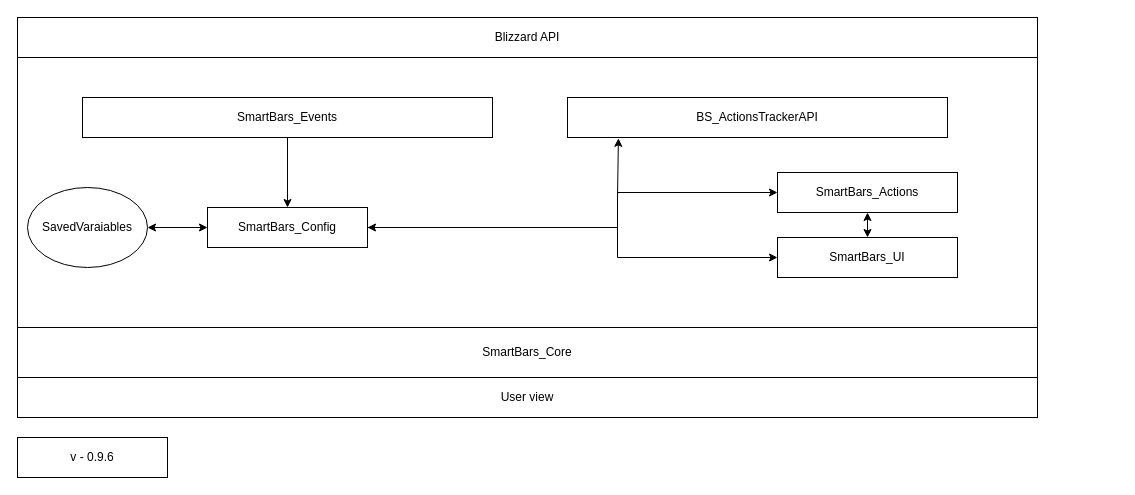
This is Diagrams/SmartBars_flow.drawio from Beginnerstudios/Smartbars, a draw.io file, before an edit. Source tidied: cells renumbered, new cells numbered last; positions are measured from the earlier drawing's top-left corner, leaving out a move shared by most shapes. Both pictures are drawn from the tidied source at 100%, with x=0, y=0 at pixel (17, 17).
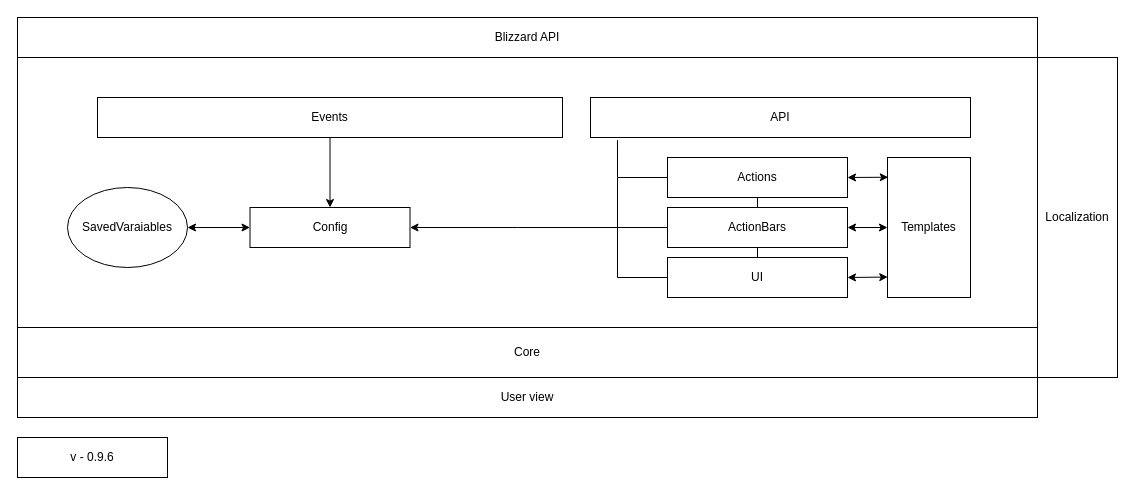
The same page after the edit.

What changed in the source:
```diff
@@
-    <mxCell id="4" value="BS_ActionsTrackerAPI" style="rounded=0;whiteSpace=wrap;html=1;" parent="1" vertex="1">
-      <mxGeometry x="550" y="80" width="380" height="40" as="geometry" />
+    <mxCell id="4" value="API" style="rounded=0;whiteSpace=wrap;html=1;" parent="1" vertex="1">
+      <mxGeometry x="573" y="80" width="380" height="40" as="geometry" />
     </mxCell>
-    <mxCell id="5" style="edgeStyle=orthogonalEdgeStyle;rounded=0;jettySize=auto;html=1;entryX=1;entryY=0.5;entryDx=0;entryDy=0;startArrow=classic;startFill=1;endArrow=none;endFill=0;" parent="1" edge="1" source="7" target="10">
-      <mxGeometry relative="1" as="geometry">
-        <Array as="points">
-          <mxPoint x="600" y="175" />
-          <mxPoint x="600" y="210" />
-        </Array>
-      </mxGeometry>
-    </mxCell>
-    <mxCell id="6" style="edgeStyle=none;html=1;entryX=0.5;entryY=0;entryDx=0;entryDy=0;startArrow=classic;startFill=1;" parent="1" edge="1" source="7" target="9">
-      <mxGeometry relative="1" as="geometry" />
-    </mxCell>
-    <mxCell id="7" value="SmartBars_Actions" style="rounded=0;whiteSpace=wrap;html=1;" parent="1" vertex="1">
-      <mxGeometry x="760" y="155" width="180" height="40" as="geometry" />
+    <mxCell id="7" value="Actions" style="rounded=0;whiteSpace=wrap;html=1;" parent="1" vertex="1">
+      <mxGeometry x="650" y="140" width="180" height="40" as="geometry" />
     </mxCell>
-    <mxCell id="8" style="edgeStyle=orthogonalEdgeStyle;rounded=0;jettySize=auto;html=1;entryX=1;entryY=0.5;entryDx=0;entryDy=0;startArrow=classic;startFill=1;endArrow=classic;endFill=1;" parent="1" edge="1" source="9" target="10">
-      <mxGeometry relative="1" as="geometry">
-        <Array as="points">
-          <mxPoint x="600" y="240" />
-          <mxPoint x="600" y="210" />
-        </Array>
-      </mxGeometry>
-    </mxCell>
-    <mxCell id="9" value="SmartBars_UI" style="rounded=0;whiteSpace=wrap;html=1;" parent="1" vertex="1">
-      <mxGeometry x="760" y="220" width="180" height="40" as="geometry" />
+    <mxCell id="9" value="UI" style="rounded=0;whiteSpace=wrap;html=1;" parent="1" vertex="1">
+      <mxGeometry x="650" y="240" width="180" height="40" as="geometry" />
     </mxCell>
-    <mxCell id="10" value="SmartBars_Config" style="rounded=0;whiteSpace=wrap;html=1;" parent="1" vertex="1">
-      <mxGeometry x="190" y="190" width="160" height="40" as="geometry" />
+    <mxCell id="10" value="Config" style="rounded=0;whiteSpace=wrap;html=1;" parent="1" vertex="1">
+      <mxGeometry x="232.5" y="190" width="160" height="40" as="geometry" />
     </mxCell>
@@
-    <mxCell id="12" value="&lt;div&gt;SmartBars_Events&lt;/div&gt;" style="rounded=0;whiteSpace=wrap;html=1;" parent="1" vertex="1">
-      <mxGeometry x="65" y="80" width="410" height="40" as="geometry" />
+    <mxCell id="12" value="&lt;div&gt;Events&lt;/div&gt;" style="rounded=0;whiteSpace=wrap;html=1;" parent="1" vertex="1">
+      <mxGeometry x="80" y="80" width="465" height="40" as="geometry" />
     </mxCell>
@@
     <mxCell id="14" value="SavedVaraiables" style="ellipse;whiteSpace=wrap;html=1;" parent="1" vertex="1">
-      <mxGeometry x="10" y="170" width="120" height="80" as="geometry" />
+      <mxGeometry x="50" y="170" width="120" height="80" as="geometry" />
     </mxCell>
-    <mxCell id="15" value="SmartBars_Core" style="rounded=0;whiteSpace=wrap;html=1;" parent="1" vertex="1">
+    <mxCell id="15" value="Core" style="rounded=0;whiteSpace=wrap;html=1;" parent="1" vertex="1">
       <mxGeometry y="310" width="1020" height="50" as="geometry" />
     </mxCell>
@@
-    <mxCell id="17" style="endArrow=classic;html=1;entryX=0.134;entryY=1.021;entryDx=0;entryDy=0;entryPerimeter=0;startArrow=none;startFill=0;endFill=1;" parent="1" edge="1" target="4">
-      <mxGeometry relative="1" as="geometry">
-        <mxPoint x="600" y="180" as="sourcePoint" />
-      </mxGeometry>
-    </mxCell>
@@
+    <mxCell id="19" value="ActionBars" style="rounded=0;whiteSpace=wrap;html=1;" parent="1" vertex="1">
+      <mxGeometry x="650" y="190" width="180" height="40" as="geometry" />
+    </mxCell>
+    <mxCell id="20" value="Templates" style="rounded=0;whiteSpace=wrap;html=1;" parent="1" vertex="1">
+      <mxGeometry x="870" y="140" width="83" height="140" as="geometry" />
+    </mxCell>
+    <mxCell id="21" style="endArrow=classic;html=1;exitX=1;exitY=0.5;exitDx=0;exitDy=0;entryX=0.009;entryY=0.141;entryDx=0;entryDy=0;entryPerimeter=0;startArrow=classic;startFill=1;endFill=1;" parent="1" edge="1" source="7" target="20">
+      <mxGeometry relative="1" as="geometry" />
+    </mxCell>
+    <mxCell id="22" style="endArrow=classic;html=1;exitX=1;exitY=0.5;exitDx=0;exitDy=0;entryX=0;entryY=0.5;entryDx=0;entryDy=0;endFill=1;startArrow=classic;startFill=1;" parent="1" edge="1" source="19" target="20">
+      <mxGeometry relative="1" as="geometry" />
+    </mxCell>
+    <mxCell id="23" style="endArrow=classic;html=1;exitX=1;exitY=0.5;exitDx=0;exitDy=0;entryX=0.003;entryY=0.854;entryDx=0;entryDy=0;entryPerimeter=0;endFill=1;startArrow=classic;startFill=1;" parent="1" edge="1" source="9" target="20">
+      <mxGeometry relative="1" as="geometry" />
+    </mxCell>
+    <mxCell id="24" style="endArrow=none;html=1;exitX=1;exitY=0.5;exitDx=0;exitDy=0;startArrow=classic;startFill=1;" parent="1" edge="1" source="10">
+      <mxGeometry relative="1" as="geometry">
+        <mxPoint x="500" y="210" as="targetPoint" />
+      </mxGeometry>
+    </mxCell>
+    <mxCell id="25" style="endArrow=none;html=1;entryX=0;entryY=0.5;entryDx=0;entryDy=0;" parent="1" edge="1" target="9">
+      <mxGeometry relative="1" as="geometry">
+        <mxPoint x="600" y="260" as="sourcePoint" />
+      </mxGeometry>
+    </mxCell>
+    <mxCell id="26" style="endArrow=none;html=1;exitX=0;exitY=0.5;exitDx=0;exitDy=0;endFill=0;" parent="1" edge="1" source="19">
+      <mxGeometry relative="1" as="geometry">
+        <mxPoint x="500" y="210" as="targetPoint" />
+      </mxGeometry>
+    </mxCell>
+    <mxCell id="27" style="endArrow=none;html=1;" parent="1" edge="1">
+      <mxGeometry relative="1" as="geometry">
+        <mxPoint x="600" y="260" as="sourcePoint" />
+        <mxPoint x="600" y="210" as="targetPoint" />
+      </mxGeometry>
+    </mxCell>
+    <mxCell id="28" style="endArrow=none;html=1;entryX=0;entryY=0.5;entryDx=0;entryDy=0;" parent="1" edge="1" target="7">
+      <mxGeometry relative="1" as="geometry">
+        <mxPoint x="600" y="160" as="sourcePoint" />
+      </mxGeometry>
+    </mxCell>
+    <mxCell id="29" style="endArrow=none;html=1;" parent="1" edge="1">
+      <mxGeometry relative="1" as="geometry">
+        <mxPoint x="600" y="210" as="sourcePoint" />
+        <mxPoint x="600" y="160" as="targetPoint" />
+      </mxGeometry>
+    </mxCell>
+    <mxCell id="30" style="endArrow=none;html=1;exitX=0.071;exitY=1.067;exitDx=0;exitDy=0;exitPerimeter=0;" parent="1" edge="1" source="4">
+      <mxGeometry relative="1" as="geometry">
+        <mxPoint x="600" y="160" as="targetPoint" />
+      </mxGeometry>
+    </mxCell>
+    <mxCell id="31" style="endArrow=none;html=1;entryX=0.5;entryY=1;entryDx=0;entryDy=0;exitX=0.5;exitY=0;exitDx=0;exitDy=0;" parent="1" edge="1" source="19" target="7">
+      <mxGeometry relative="1" as="geometry" />
+    </mxCell>
+    <mxCell id="32" style="endArrow=none;html=1;entryX=0.5;entryY=1;entryDx=0;entryDy=0;exitX=0.5;exitY=0;exitDx=0;exitDy=0;" parent="1" edge="1" source="9" target="19">
+      <mxGeometry relative="1" as="geometry" />
+    </mxCell>
+    <mxCell id="33" value="Localization" style="rounded=0;whiteSpace=wrap;html=1;" parent="1" vertex="1">
+      <mxGeometry x="1020" y="40" width="80" height="320" as="geometry" />
+    </mxCell>
```
